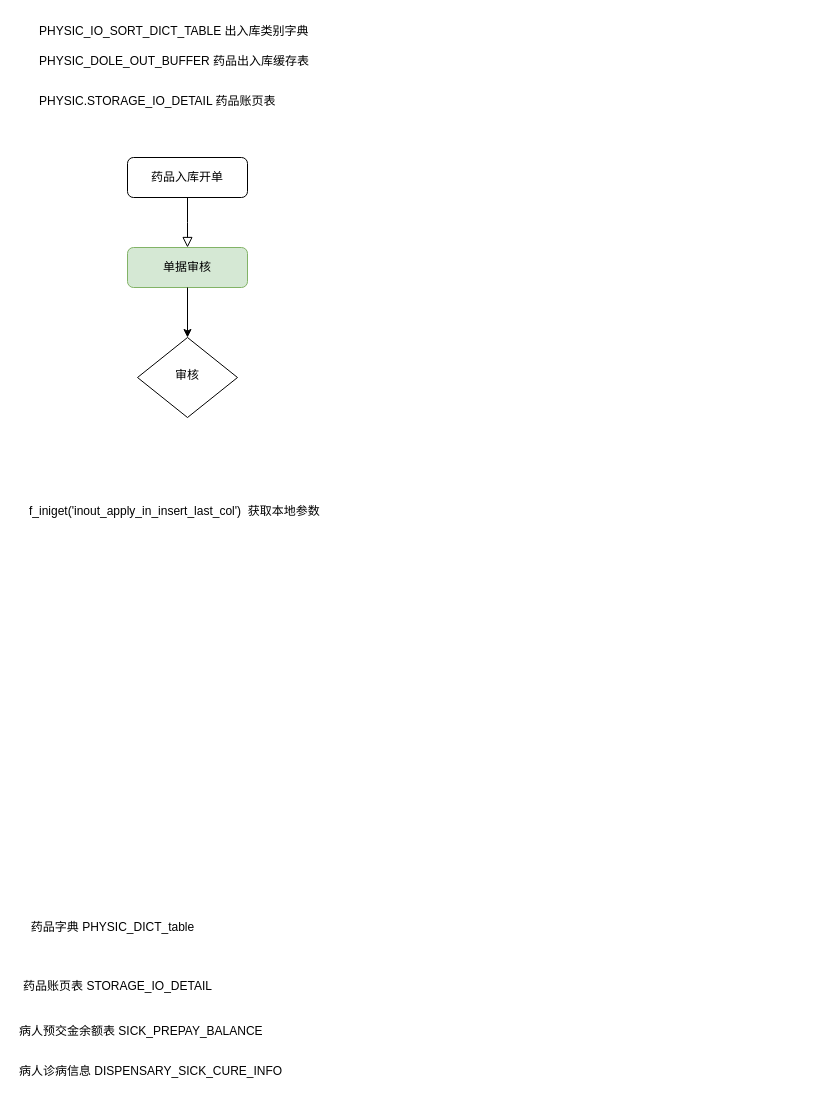
The draw.io diagram page "Page-1" (1 of 2) of Untitled Diagram.drawio in hooo/test, before the edit. Source tidied: cells renumbered, new cells numbered last; positions are measured from the earlier drawing's top-left corner, leaving out a move shared by most shapes. Both pictures are drawn from the tidied source at 100%, with x=0, y=0 at pixel (17, 17).
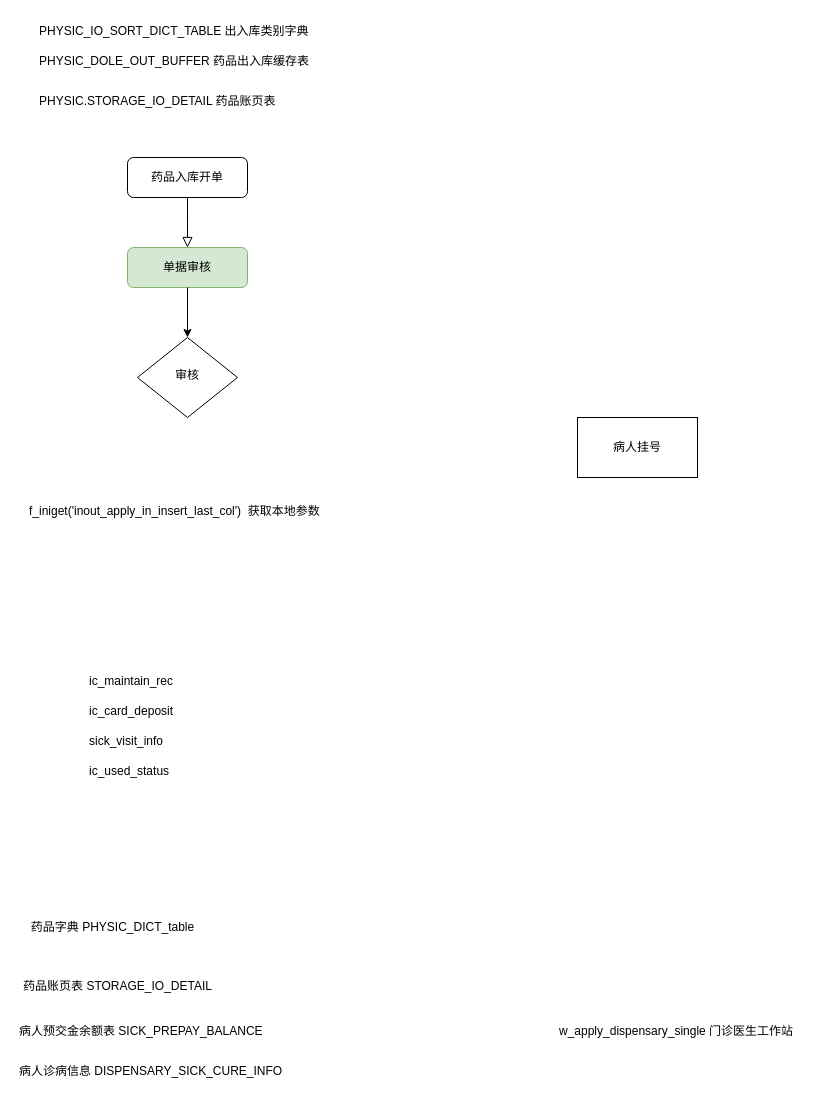
The same page after the edit.

Change to the diagram source:
```diff
@@
+    <mxCell id="15" value="w_apply_dispensary_single 门诊医生工作站" style="text;whiteSpace=wrap;html=1;" parent="1" vertex="1">
+      <mxGeometry x="540" y="1000" width="240" height="30" as="geometry" />
+    </mxCell>
+    <mxCell id="16" value="sick_visit_info" style="text;whiteSpace=wrap;html=1;" parent="1" vertex="1">
+      <mxGeometry x="70" y="710" width="100" height="30" as="geometry" />
+    </mxCell>
+    <mxCell id="17" value="ic_used_status" style="text;whiteSpace=wrap;html=1;" parent="1" vertex="1">
+      <mxGeometry x="70" y="740" width="110" height="30" as="geometry" />
+    </mxCell>
+    <mxCell id="18" value="ic_card_deposit" style="text;whiteSpace=wrap;html=1;" parent="1" vertex="1">
+      <mxGeometry x="70" y="680" width="110" height="30" as="geometry" />
+    </mxCell>
+    <mxCell id="19" value="ic_maintain_rec" style="text;whiteSpace=wrap;html=1;" parent="1" vertex="1">
+      <mxGeometry x="70" y="650" width="110" height="30" as="geometry" />
+    </mxCell>
+    <mxCell id="20" value="病人挂号" style="rounded=0;whiteSpace=wrap;html=1;" parent="1" vertex="1">
+      <mxGeometry x="560" y="400" width="120" height="60" as="geometry" />
+    </mxCell>
```
